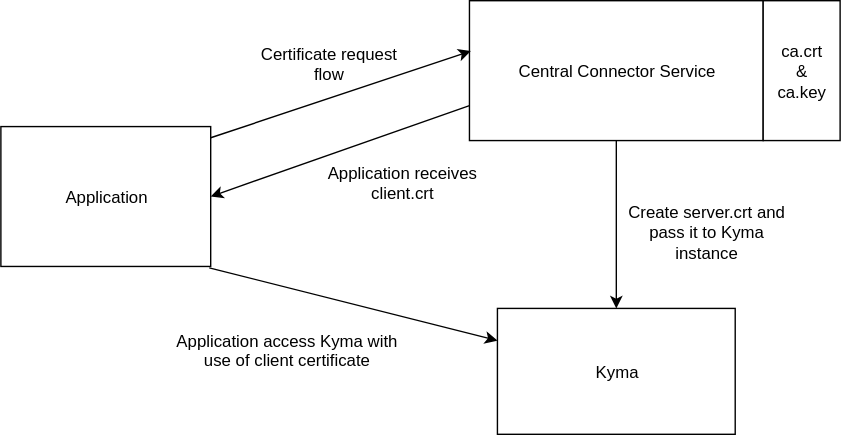
This is sig-and-wg/sig-core/proposals/assets/connector-service-component-diagram.svg from kyma-project/community, a draw.io export, as it was before one commit. Source tidied: cells renumbered, new cells last; positions are measured from the earlier drawing's top-left corner, leaving out a move shared by most shapes. Its diagram source:
```xml
<mxGraphModel>
  <root>
    <mxCell id="0" />
    <mxCell id="1" parent="0" />
    <mxCell id="2" style="edgeStyle=orthogonalEdgeStyle;rounded=0;html=1;exitX=0.5;exitY=1;entryX=0.5;entryY=0;jettySize=auto;" parent="1" edge="1" source="3" target="7">
      <mxGeometry relative="1" as="geometry" />
    </mxCell>
    <mxCell id="3" style="rounded=0;whiteSpace=wrap;html=1;" parent="1" vertex="1">
      <mxGeometry x="335" width="210" height="100" as="geometry" />
    </mxCell>
    <mxCell id="4" value="Central Connector Service" style="text;html=1;strokeColor=none;fillColor=none;align=center;verticalAlign=middle;whiteSpace=wrap;rounded=0;" parent="1" vertex="1">
      <mxGeometry x="345" y="10" width="190" height="80" as="geometry" />
    </mxCell>
    <mxCell id="5" style="rounded=0;whiteSpace=wrap;html=1;" parent="1" vertex="1">
      <mxGeometry y="90" width="150" height="100" as="geometry" />
    </mxCell>
    <mxCell id="6" value="Application" style="text;html=1;strokeColor=none;fillColor=none;align=center;verticalAlign=middle;whiteSpace=wrap;rounded=0;" parent="1" vertex="1">
      <mxGeometry x="10" y="100" width="130" height="80" as="geometry" />
    </mxCell>
    <mxCell id="7" style="rounded=0;whiteSpace=wrap;html=1;" parent="1" vertex="1">
      <mxGeometry x="355" y="220" width="170" height="90" as="geometry" />
    </mxCell>
    <mxCell id="8" value="Kyma" style="text;html=1;strokeColor=none;fillColor=none;align=center;verticalAlign=middle;whiteSpace=wrap;rounded=0;" parent="1" vertex="1">
      <mxGeometry x="365" y="230" width="150" height="70" as="geometry" />
    </mxCell>
    <mxCell id="9" style="endArrow=classic;html=1;exitX=1;exitY=0.083;exitPerimeter=0;entryX=0.005;entryY=0.36;entryPerimeter=0;" parent="1" edge="1" source="5" target="3">
      <mxGeometry relative="1" as="geometry" />
    </mxCell>
    <mxCell id="10" style="endArrow=classic;html=1;entryX=1;entryY=0.5;exitX=0;exitY=0.75;" parent="1" edge="1" source="3" target="5">
      <mxGeometry relative="1" as="geometry" />
    </mxCell>
    <mxCell id="11" value="Certificate request flow" style="text;html=1;strokeColor=none;fillColor=none;align=center;verticalAlign=middle;whiteSpace=wrap;rounded=0;" parent="1" vertex="1">
      <mxGeometry x="180" y="20" width="110" height="50" as="geometry" />
    </mxCell>
    <mxCell id="12" value="Application receives client.crt" style="text;html=1;strokeColor=none;fillColor=none;align=center;verticalAlign=middle;whiteSpace=wrap;rounded=0;" parent="1" vertex="1">
      <mxGeometry x="230" y="100" width="115" height="60" as="geometry" />
    </mxCell>
    <mxCell id="13" value="Create server.crt and pass it to Kyma instance" style="text;html=1;strokeColor=none;fillColor=none;align=center;verticalAlign=middle;whiteSpace=wrap;rounded=0;" parent="1" vertex="1">
      <mxGeometry x="440" y="140" width="130" height="50" as="geometry" />
    </mxCell>
    <mxCell id="14" style="rounded=0;whiteSpace=wrap;html=1;" parent="1" vertex="1">
      <mxGeometry x="545" width="55" height="100" as="geometry" />
    </mxCell>
    <mxCell id="15" value="ca.crt &amp;amp; ca.key&lt;br&gt;" style="text;html=1;strokeColor=none;fillColor=none;align=center;verticalAlign=middle;whiteSpace=wrap;rounded=0;" parent="1" vertex="1">
      <mxGeometry x="553" y="10" width="40" height="80" as="geometry" />
    </mxCell>
    <mxCell id="16" style="endArrow=classic;html=1;entryX=0;entryY=0.25;exitX=0.992;exitY=1.013;exitPerimeter=0;" parent="1" edge="1" source="5" target="7">
      <mxGeometry relative="1" as="geometry" />
    </mxCell>
    <mxCell id="17" value="Application access Kyma with use of client certificate" style="text;html=1;strokeColor=none;fillColor=none;align=center;verticalAlign=middle;whiteSpace=wrap;rounded=0;" parent="1" vertex="1">
      <mxGeometry x="120" y="230" width="170" height="40" as="geometry" />
    </mxCell>
  </root>
</mxGraphModel>
```
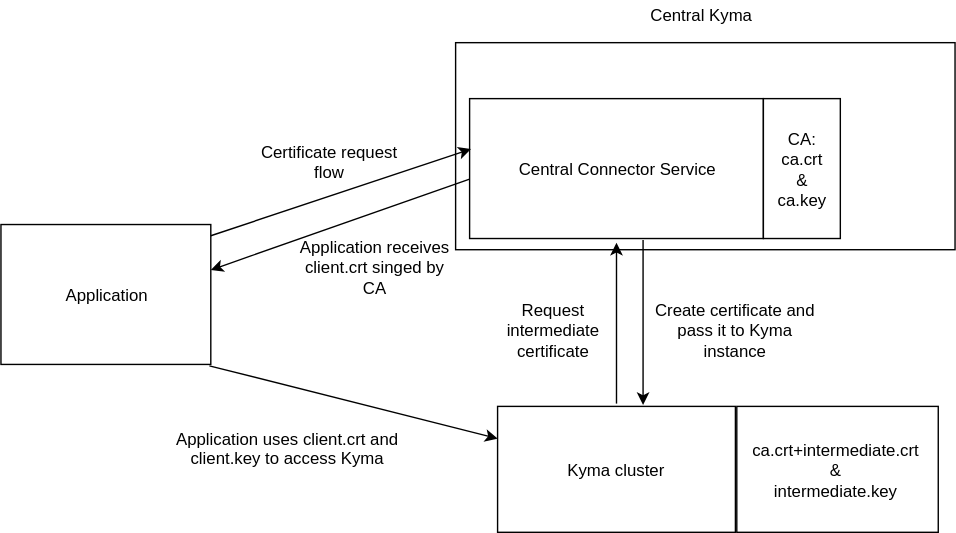
After the commit.

Commit message:
Two-phase connector service

Change to the diagram source:
```diff
@@ -2,8 +2,13 @@
   <root>
     <mxCell id="0" />
     <mxCell id="1" parent="0" />
+    <mxCell id="18" style="rounded=0;whiteSpace=wrap;html=1;" parent="1" vertex="1">
+      <mxGeometry x="325" y="-40" width="357" height="148" as="geometry" />
+    </mxCell>
-    <mxCell id="2" style="edgeStyle=orthogonalEdgeStyle;rounded=0;html=1;exitX=0.5;exitY=1;entryX=0.5;entryY=0;jettySize=auto;" parent="1" edge="1" source="3" target="7">
-      <mxGeometry relative="1" as="geometry" />
+    <mxCell id="2" style="edgeStyle=orthogonalEdgeStyle;rounded=0;html=1;entryX=0.612;entryY=-0.011;jettySize=auto;entryPerimeter=0;" parent="1" edge="1" target="7">
+      <mxGeometry relative="1" as="geometry">
+        <mxPoint x="459" y="101" as="sourcePoint" />
+      </mxGeometry>
     </mxCell>
     <mxCell id="3" style="rounded=0;whiteSpace=wrap;html=1;" parent="1" vertex="1">
       <mxGeometry x="335" width="210" height="100" as="geometry" />
@@ -17,38 +22,59 @@
     <mxCell id="6" value="Application" style="text;html=1;strokeColor=none;fillColor=none;align=center;verticalAlign=middle;whiteSpace=wrap;rounded=0;" parent="1" vertex="1">
       <mxGeometry x="10" y="100" width="130" height="80" as="geometry" />
     </mxCell>
+    <mxCell id="19" style="edgeStyle=orthogonalEdgeStyle;rounded=0;html=1;jettySize=auto;orthogonalLoop=1;" parent="1" edge="1">
+      <mxGeometry relative="1" as="geometry">
+        <mxPoint x="440" y="218" as="sourcePoint" />
+        <mxPoint x="440" y="103" as="targetPoint" />
+      </mxGeometry>
+    </mxCell>
     <mxCell id="7" style="rounded=0;whiteSpace=wrap;html=1;" parent="1" vertex="1">
       <mxGeometry x="355" y="220" width="170" height="90" as="geometry" />
     </mxCell>
-    <mxCell id="8" value="Kyma" style="text;html=1;strokeColor=none;fillColor=none;align=center;verticalAlign=middle;whiteSpace=wrap;rounded=0;" parent="1" vertex="1">
+    <mxCell id="8" value="Kyma cluster&lt;br&gt;" style="text;html=1;strokeColor=none;fillColor=none;align=center;verticalAlign=middle;whiteSpace=wrap;rounded=0;" parent="1" vertex="1">
       <mxGeometry x="365" y="230" width="150" height="70" as="geometry" />
     </mxCell>
     <mxCell id="9" style="endArrow=classic;html=1;exitX=1;exitY=0.083;exitPerimeter=0;entryX=0.005;entryY=0.36;entryPerimeter=0;" parent="1" edge="1" source="5" target="3">
       <mxGeometry relative="1" as="geometry" />
     </mxCell>
-    <mxCell id="10" style="endArrow=classic;html=1;entryX=1;entryY=0.5;exitX=0;exitY=0.75;" parent="1" edge="1" source="3" target="5">
-      <mxGeometry relative="1" as="geometry" />
+    <mxCell id="10" style="endArrow=classic;html=1;entryX=1;entryY=0.5;exitX=0;exitY=0.75;" parent="1" edge="1">
+      <mxGeometry relative="1" as="geometry">
+        <mxPoint x="335" y="57.5" as="sourcePoint" />
+        <mxPoint x="150" y="122.5" as="targetPoint" />
+      </mxGeometry>
     </mxCell>
     <mxCell id="11" value="Certificate request flow" style="text;html=1;strokeColor=none;fillColor=none;align=center;verticalAlign=middle;whiteSpace=wrap;rounded=0;" parent="1" vertex="1">
       <mxGeometry x="180" y="20" width="110" height="50" as="geometry" />
     </mxCell>
-    <mxCell id="12" value="Application receives client.crt" style="text;html=1;strokeColor=none;fillColor=none;align=center;verticalAlign=middle;whiteSpace=wrap;rounded=0;" parent="1" vertex="1">
-      <mxGeometry x="230" y="100" width="115" height="60" as="geometry" />
+    <mxCell id="12" value="Application receives client.crt singed by CA&lt;br&gt;" style="text;html=1;strokeColor=none;fillColor=none;align=center;verticalAlign=middle;whiteSpace=wrap;rounded=0;" parent="1" vertex="1">
+      <mxGeometry x="210" y="90" width="115" height="60" as="geometry" />
     </mxCell>
-    <mxCell id="13" value="Create server.crt and pass it to Kyma instance" style="text;html=1;strokeColor=none;fillColor=none;align=center;verticalAlign=middle;whiteSpace=wrap;rounded=0;" parent="1" vertex="1">
-      <mxGeometry x="440" y="140" width="130" height="50" as="geometry" />
+    <mxCell id="13" value="Create certificate and pass it to Kyma instance" style="text;html=1;strokeColor=none;fillColor=none;align=center;verticalAlign=middle;whiteSpace=wrap;rounded=0;" parent="1" vertex="1">
+      <mxGeometry x="460" y="140" width="130" height="50" as="geometry" />
     </mxCell>
     <mxCell id="14" style="rounded=0;whiteSpace=wrap;html=1;" parent="1" vertex="1">
       <mxGeometry x="545" width="55" height="100" as="geometry" />
     </mxCell>
-    <mxCell id="15" value="ca.crt &amp;amp; ca.key&lt;br&gt;" style="text;html=1;strokeColor=none;fillColor=none;align=center;verticalAlign=middle;whiteSpace=wrap;rounded=0;" parent="1" vertex="1">
+    <mxCell id="15" value="CA:&lt;br&gt;ca.crt &amp;amp; ca.key&lt;br&gt;" style="text;html=1;strokeColor=none;fillColor=none;align=center;verticalAlign=middle;whiteSpace=wrap;rounded=0;" parent="1" vertex="1">
       <mxGeometry x="553" y="10" width="40" height="80" as="geometry" />
     </mxCell>
     <mxCell id="16" style="endArrow=classic;html=1;entryX=0;entryY=0.25;exitX=0.992;exitY=1.013;exitPerimeter=0;" parent="1" edge="1" source="5" target="7">
       <mxGeometry relative="1" as="geometry" />
     </mxCell>
-    <mxCell id="17" value="Application access Kyma with use of client certificate" style="text;html=1;strokeColor=none;fillColor=none;align=center;verticalAlign=middle;whiteSpace=wrap;rounded=0;" parent="1" vertex="1">
+    <mxCell id="17" value="Application uses client.crt and client.key to access Kyma" style="text;html=1;strokeColor=none;fillColor=none;align=center;verticalAlign=middle;whiteSpace=wrap;rounded=0;" parent="1" vertex="1">
       <mxGeometry x="120" y="230" width="170" height="40" as="geometry" />
     </mxCell>
+    <mxCell id="20" value="Request intermediate certificate" style="text;html=1;strokeColor=none;fillColor=none;align=center;verticalAlign=middle;whiteSpace=wrap;rounded=0;" parent="1" vertex="1">
+      <mxGeometry x="350" y="140" width="90" height="50" as="geometry" />
+    </mxCell>
+    <mxCell id="21" style="rounded=0;whiteSpace=wrap;html=1;" parent="1" vertex="1">
+      <mxGeometry x="526" y="220" width="144" height="90" as="geometry" />
+    </mxCell>
+    <mxCell id="22" value="ca.crt+intermediate.crt&lt;br&gt;&amp;amp; &lt;br&gt;intermediate.key&lt;br&gt;" style="text;html=1;strokeColor=none;fillColor=none;align=center;verticalAlign=middle;whiteSpace=wrap;rounded=0;" parent="1" vertex="1">
+      <mxGeometry x="534" y="230" width="126" height="70" as="geometry" />
+    </mxCell>
+    <mxCell id="23" value="Central Kyma" style="text;html=1;strokeColor=none;fillColor=none;align=center;verticalAlign=middle;whiteSpace=wrap;rounded=0;" parent="1" vertex="1">
+      <mxGeometry x="440" y="-70" width="120" height="20" as="geometry" />
+    </mxCell>
   </root>
 </mxGraphModel>
```
